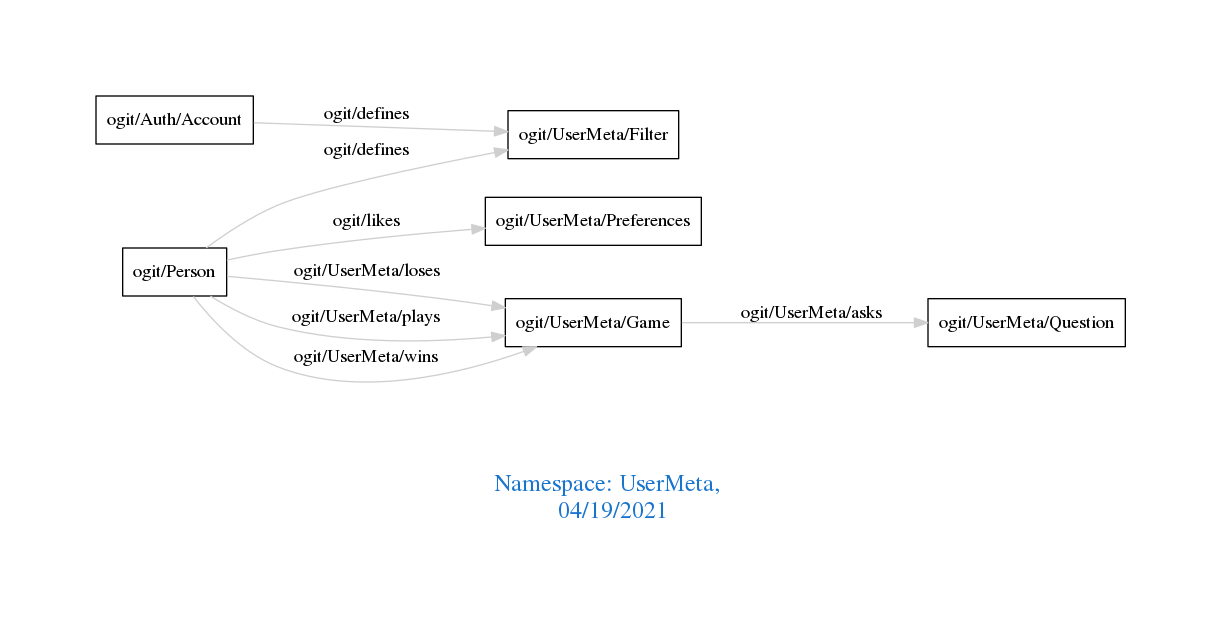
Above: downloads/UserMeta.png in arago/OGIT (Graphviz), before the change. Its source is kept beside it as downloads/UserMeta.dot.
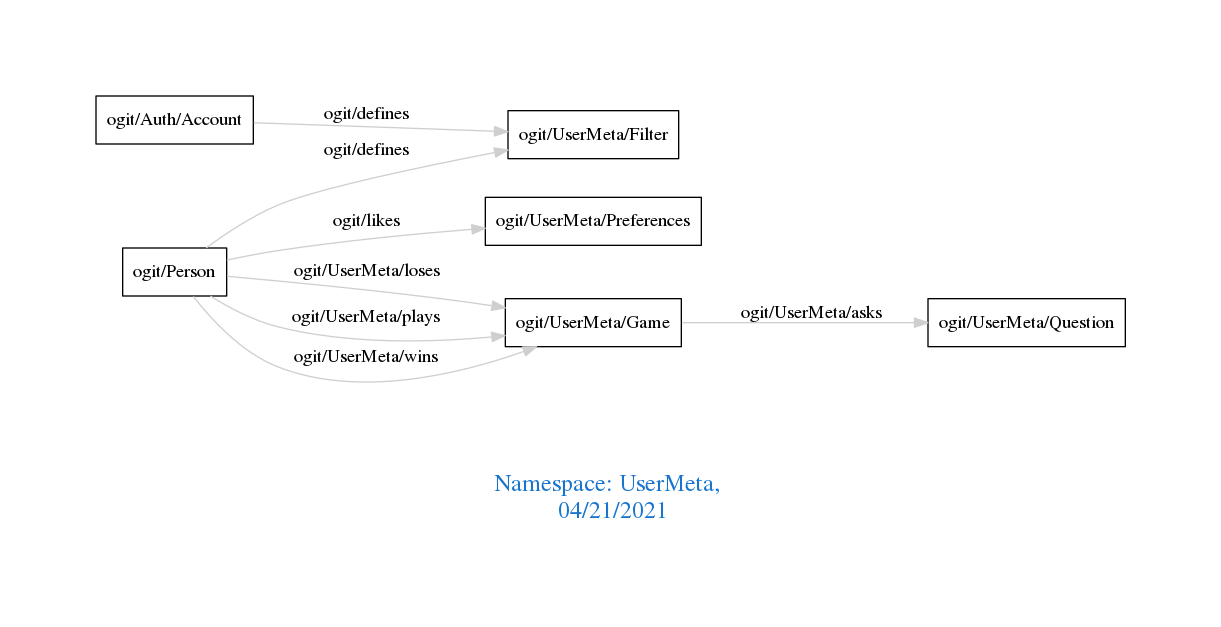
After the change.

The edit, as a diff of the source:
```diff
@@ -1,7 +1,7 @@
 digraph OGIT_ontology {
  graph [ rankdir= LR,pad=1
 fontsize = 18,
-fontcolor= dodgerblue3,label = "\n\n\nNamespace: UserMeta, \n 04/19/2021"];
+fontcolor= dodgerblue3,label = "\n\n\nNamespace: UserMeta, \n 04/21/2021"];
 node[shape=polygon];
 edge [  color="gray81"];
 
```
